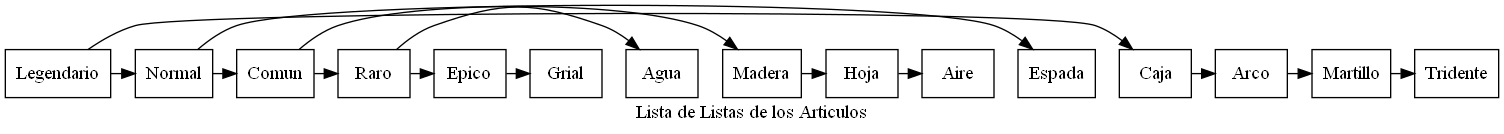
Above: Fase 1/Pruebas.png in EdgarAlvarez-ROL/-EDD_2S-BatallaNaval_202001144 (Graphviz), before the change. Its source is kept beside it as Fase 1/Pruebas.dot.
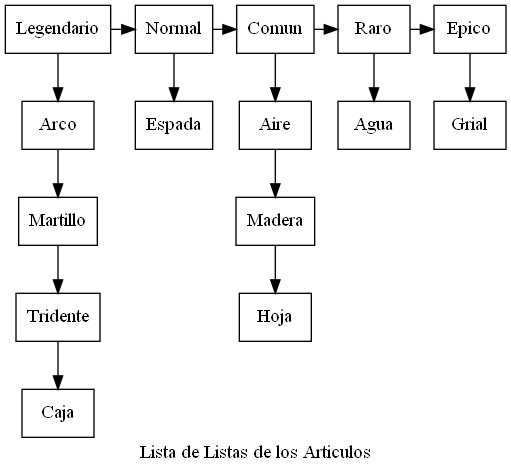
After the commit.

Change to the diagram source:
```diff
@@ -2,27 +2,27 @@
 label="Lista de Listas de los Articulos";
 node [shape=box];
 N1[label="Legendario"];
-C1[label="Caja"];
 C6[label="Arco"];
 C7[label="Martillo"];
 C8[label="Tridente"];
+C1[label="Caja"];
 N2[label="Normal"];
 C2[label="Espada"];
 N3[label="Comun"];
+C10[label="Aire"];
 C9[label="Madera"];
 C3[label="Hoja"];
-C10[label="Aire"];
 N4[label="Raro"];
 C4[label="Agua"];
 N5[label="Epico"];
 C5[label="Grial"];
 {rank=same;
 N1->N2->N3->N4->N5
-N1->C1->C6->C7->C8
+
+}
+N1->C6->C7->C8->C1
 N2->C2
-N3->C9->C3->C10
+N3->C10->C9->C3
 N4->C4
 N5->C5
-
 }
-}
```
